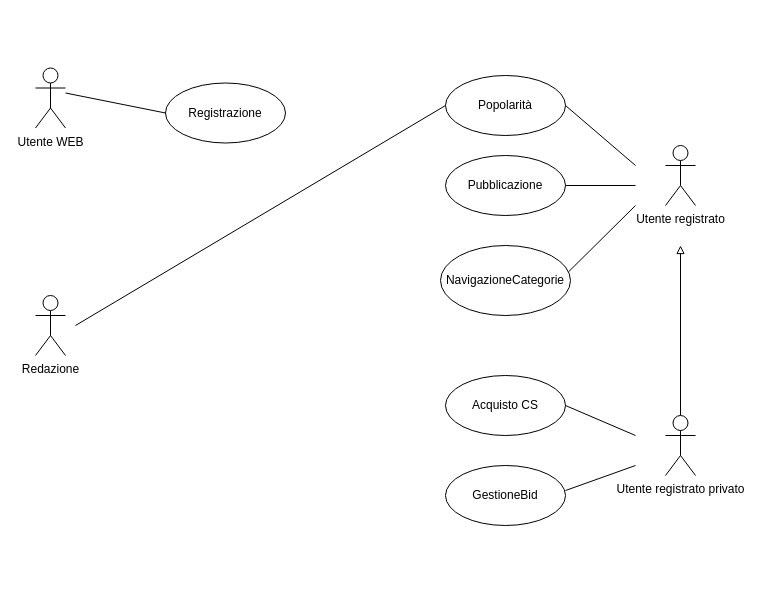
Earlier version of the draw.io diagram esercitazioni/eBuy/UseCase.drawio (MattRenz/ProgettazioneSoftware-Corso). Source tidied: cells renumbered, new cells numbered last; positions are measured from the earlier drawing's top-left corner, leaving out a move shared by most shapes. Both pictures are drawn from the tidied source at 100%, with x=0, y=0 at pixel (35, 67).
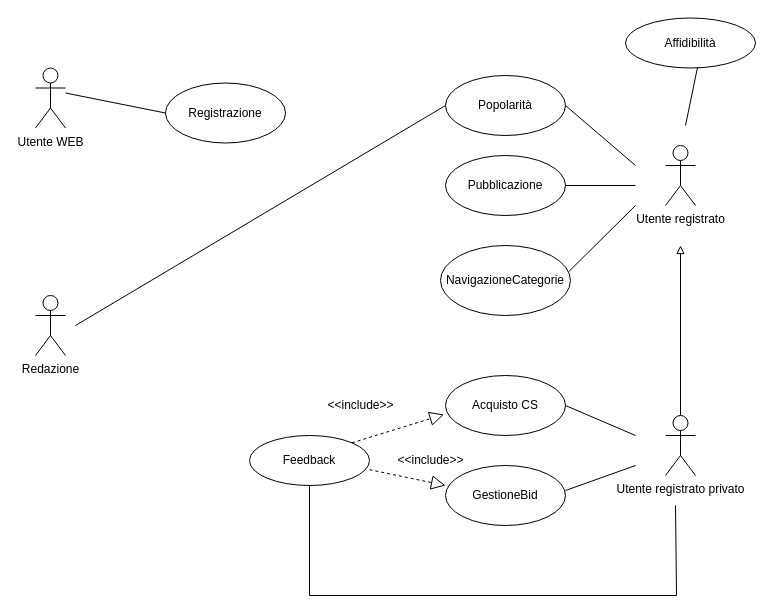
After the change.

Unchanged cells that the change refers to:
```xml
<mxCell id="15" value="Acquisto CS" style="ellipse;whiteSpace=wrap;html=1;" parent="1" vertex="1">
  <mxGeometry x="410" y="308" width="120" height="60" as="geometry" />
</mxCell>
<mxCell id="16" value="GestioneBid" style="ellipse;whiteSpace=wrap;html=1;" parent="1" vertex="1">
  <mxGeometry x="410" y="398" width="120" height="60" as="geometry" />
</mxCell>
```

Change to the diagram source:
```diff
@@
+    <mxCell id="20" value="Affidibilità" style="ellipse;whiteSpace=wrap;html=1;" parent="1" vertex="1">
+      <mxGeometry x="590" y="-49.5" width="130" height="50" as="geometry" />
+    </mxCell>
+    <mxCell id="21" style="endArrow=none;startArrow=none;endFill=0;startFill=0;html=1;rounded=0;exitX=0.554;exitY=0.986;exitDx=0;exitDy=0;exitPerimeter=0;" parent="1" edge="1" source="20">
+      <mxGeometry relative="1" as="geometry">
+        <mxPoint x="650" y="58" as="targetPoint" />
+      </mxGeometry>
+    </mxCell>
+    <mxCell id="22" value="Feedback" style="ellipse;whiteSpace=wrap;html=1;" parent="1" vertex="1">
+      <mxGeometry x="214" y="368" width="120" height="50" as="geometry" />
+    </mxCell>
+    <mxCell id="23" style="endArrow=block;dashed=1;endFill=0;endSize=12;html=1;rounded=0;exitX=1;exitY=0;exitDx=0;exitDy=0;entryX=-0.013;entryY=0.65;entryDx=0;entryDy=0;entryPerimeter=0;" parent="1" edge="1" source="22" target="15">
+      <mxGeometry relative="1" as="geometry" />
+    </mxCell>
+    <mxCell id="24" style="endArrow=block;dashed=1;endFill=0;endSize=12;html=1;rounded=0;exitX=1;exitY=0.684;exitDx=0;exitDy=0;entryX=0;entryY=0.333;entryDx=0;entryDy=0;entryPerimeter=0;exitPerimeter=0;" parent="1" edge="1" source="22" target="16">
+      <mxGeometry relative="1" as="geometry" />
+    </mxCell>
+    <mxCell id="25" style="endArrow=none;startArrow=none;endFill=0;startFill=0;html=1;rounded=0;edgeStyle=orthogonalEdgeStyle;exitX=0.5;exitY=1;exitDx=0;exitDy=0;" parent="1" edge="1" source="22">
+      <mxGeometry relative="1" as="geometry">
+        <mxPoint x="640" y="438" as="targetPoint" />
+        <Array as="points">
+          <mxPoint x="274" y="528" />
+          <mxPoint x="641" y="528" />
+        </Array>
+      </mxGeometry>
+    </mxCell>
+    <mxCell id="26" value="&amp;lt;&amp;lt;include&amp;gt;&amp;gt;" style="text;html=1;align=center;verticalAlign=middle;strokeColor=none;fillColor=none;" parent="1" vertex="1">
+      <mxGeometry x="280" y="323" width="90" height="30" as="geometry" />
+    </mxCell>
+    <mxCell id="27" value="&amp;lt;&amp;lt;include&amp;gt;&amp;gt;" style="text;html=1;align=center;verticalAlign=middle;strokeColor=none;fillColor=none;" parent="1" vertex="1">
+      <mxGeometry x="350" y="378" width="90" height="30" as="geometry" />
+    </mxCell>
```
